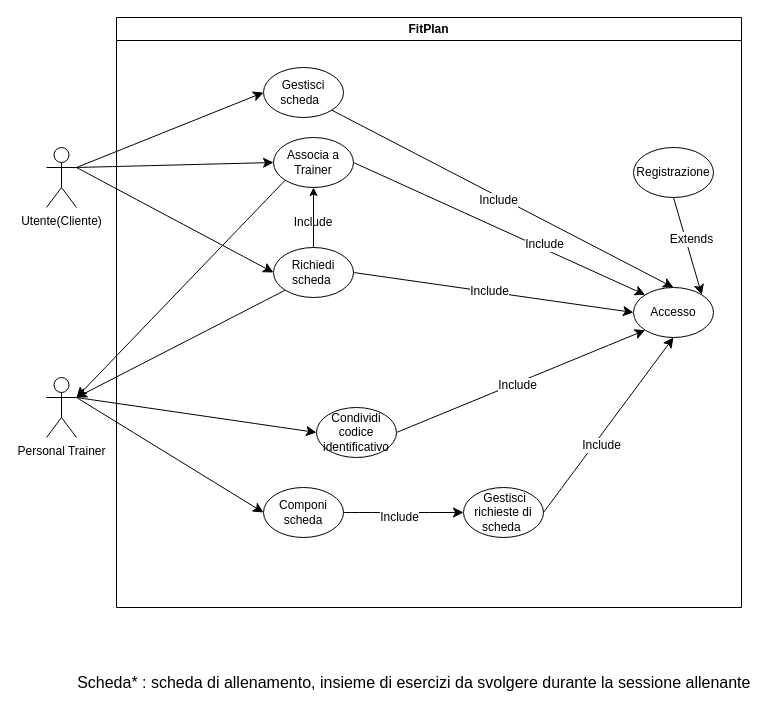
Before: UseCaseDiagram/UseCaseDiagram.drawio in FedericoSib/FitPlan, a draw.io diagram. Source tidied: cells renumbered, new cells numbered last; positions are measured from the earlier drawing's top-left corner, leaving out a move shared by most shapes. Both pictures are drawn from the tidied source at 100%, with x=0, y=0 at pixel (46, 17).
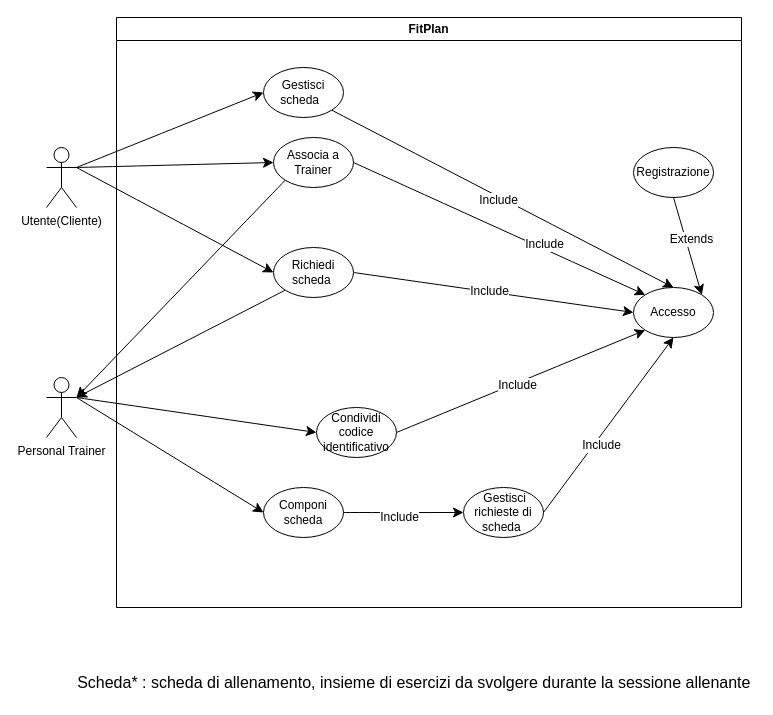
After the change.

Unchanged cells that the change refers to:
```xml
<mxCell id="2" value="FitPlan" style="swimlane;whiteSpace=wrap;html=1;" parent="1" vertex="1">
  <mxGeometry x="70" width="625" height="590" as="geometry" />
</mxCell>
<mxCell id="7" value="Richiedi scheda&amp;nbsp;" style="ellipse;whiteSpace=wrap;html=1;" parent="2" vertex="1">
  <mxGeometry x="157" y="230" width="80" height="50" as="geometry" />
</mxCell>
<mxCell id="8" value="Associa a Trainer" style="ellipse;whiteSpace=wrap;html=1;" parent="2" vertex="1">
  <mxGeometry x="157" y="120" width="80" height="50" as="geometry" />
</mxCell>
```

Change to the diagram source:
```diff
@@
-    <mxCell id="6" style="edgeStyle=orthogonalEdgeStyle;rounded=0;jettySize=auto;html=1;entryX=0.5;entryY=1;entryDx=0;entryDy=0;" parent="2" edge="1" source="7" target="8">
-      <mxGeometry relative="1" as="geometry" />
-    </mxCell>
@@
-    <mxCell id="26" value="Include" style="text;html=1;whiteSpace=wrap;strokeColor=none;fillColor=none;align=center;verticalAlign=middle;rounded=0;" parent="2" vertex="1">
-      <mxGeometry x="167" y="190" width="60" height="30" as="geometry" />
-    </mxCell>
```
